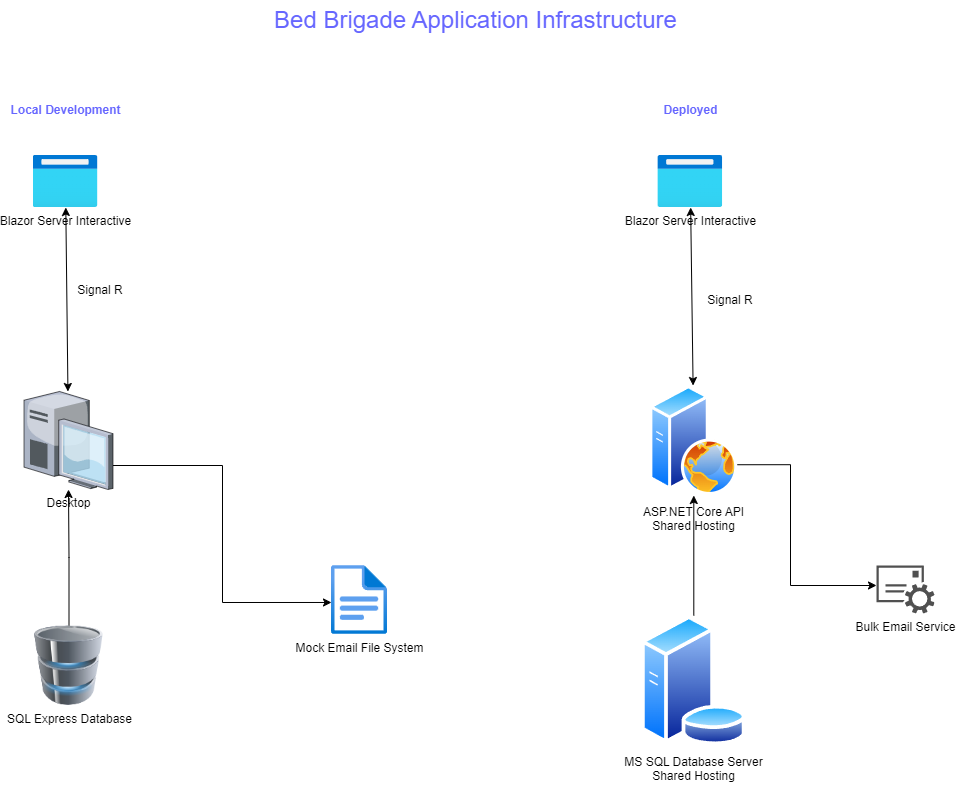
Earlier version of the draw.io export Documentation/Design/Application Infrastructure Diagram.png (GregFinzer/BedBrigadeNational). Source tidied: cells renumbered, new cells last; positions are measured from the earlier drawing's top-left corner, leaving out a move shared by most shapes.
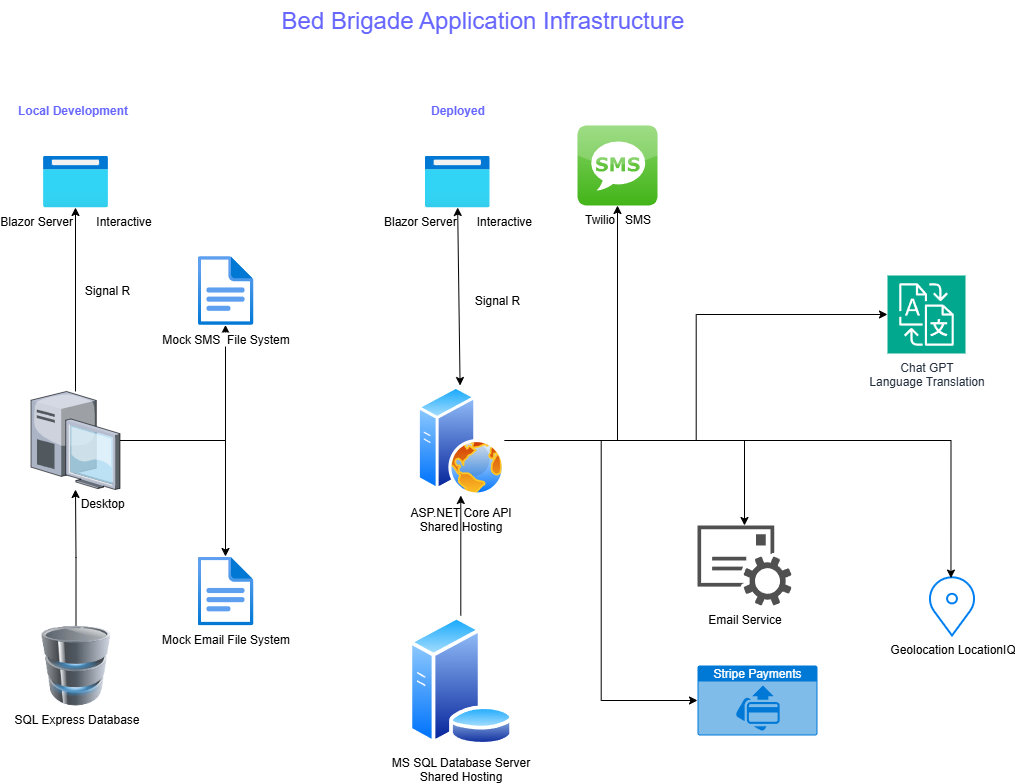
The same file after the commit.

Commit message:
Update Application Architecture Diagram, Application Infrastructure Diagram, EntityRelationshipDiagram, Information Architecture Diagram

What changed in the source:
```diff
@@ -2,72 +2,92 @@
   <root>
     <mxCell id="0" />
     <mxCell id="1" parent="0" />
-    <mxCell id="2" value="Blazor Server Interactive" style="html=1;points=[];align=center;image;fontSize=12;image=img/lib/azure2/general/Browser.svg;" parent="1" vertex="1">
-      <mxGeometry x="32.5" y="155" width="65" height="52" as="geometry" />
+    <mxCell id="2" value="Blazor Server&amp;nbsp; &amp;nbsp; &amp;nbsp; &amp;nbsp;Interactive" style="html=1;points=[];align=center;image;fontSize=12;image=img/lib/azure2/general/Browser.svg;" parent="1" vertex="1">
+      <mxGeometry x="35.5" y="155" width="65" height="52" as="geometry" />
     </mxCell>
-    <mxCell id="3" style="edgeStyle=orthogonalEdgeStyle;rounded=0;jettySize=auto;html=1;entryX=0;entryY=0.536;entryDx=0;entryDy=0;entryPerimeter=0;" parent="1" edge="1" source="16" target="15">
-      <mxGeometry relative="1" as="geometry">
-        <Array as="points">
-          <mxPoint x="222" y="465" />
-          <mxPoint x="222" y="602" />
-        </Array>
-      </mxGeometry>
-    </mxCell>
     <mxCell id="4" style="edgeStyle=orthogonalEdgeStyle;rounded=0;jettySize=auto;html=1;exitX=0.5;exitY=0;exitDx=0;exitDy=0;" parent="1" edge="1" source="5" target="16">
       <mxGeometry relative="1" as="geometry" />
     </mxCell>
     <mxCell id="5" value="SQL Express Database" style="image;html=1;image=img/lib/clip_art/computers/Database_128x128.png;" parent="1" vertex="1">
       <mxGeometry x="28.5" y="625" width="80" height="80" as="geometry" />
     </mxCell>
-    <mxCell id="6" value="Blazor Server Interactive" style="html=1;points=[];align=center;image;fontSize=12;image=img/lib/azure2/general/Browser.svg;" parent="1" vertex="1">
-      <mxGeometry x="657.3" y="155" width="65" height="52" as="geometry" />
+    <mxCell id="6" value="Blazor Server&amp;nbsp; &amp;nbsp; &amp;nbsp; Interactive" style="html=1;points=[];align=center;image;fontSize=12;image=img/lib/azure2/general/Browser.svg;" parent="1" vertex="1">
+      <mxGeometry x="417.3" y="155" width="65" height="52" as="geometry" />
     </mxCell>
-    <mxCell id="7" style="edgeStyle=orthogonalEdgeStyle;rounded=0;jettySize=auto;html=1;exitX=1;exitY=0.75;exitDx=0;exitDy=0;" parent="1" edge="1" source="8" target="14">
-      <mxGeometry relative="1" as="geometry">
-        <Array as="points">
-          <mxPoint x="790" y="464" />
-          <mxPoint x="790" y="585" />
-        </Array>
-      </mxGeometry>
+    <mxCell id="7" style="edgeStyle=orthogonalEdgeStyle;rounded=0;jettySize=auto;html=1;exitX=1;exitY=0.5;exitDx=0;exitDy=0;" parent="1" edge="1" source="8" target="14">
+      <mxGeometry relative="1" as="geometry" />
     </mxCell>
+    <mxCell id="21" style="edgeStyle=orthogonalEdgeStyle;rounded=0;jettySize=auto;html=1;exitX=1;exitY=0.5;exitDx=0;exitDy=0;entryX=0;entryY=0.5;entryDx=0;entryDy=0;entryPerimeter=0;" parent="1" edge="1" source="8" target="27">
+      <mxGeometry relative="1" as="geometry" />
+    </mxCell>
+    <mxCell id="22" style="edgeStyle=orthogonalEdgeStyle;rounded=0;jettySize=auto;html=1;exitX=1;exitY=0.5;exitDx=0;exitDy=0;" parent="1" edge="1" source="8" target="26">
+      <mxGeometry relative="1" as="geometry" />
+    </mxCell>
     <mxCell id="8" value="ASP.NET Core API&lt;br&gt;Shared Hosting" style="perimeter=ellipsePerimeter;html=1;align=center;shadow=0;dashed=0;spacingTop=3;image;image=img/lib/active_directory/web_server.svg;" parent="1" vertex="1">
-      <mxGeometry x="649.3" y="385" width="88" height="110" as="geometry" />
+      <mxGeometry x="409.3" y="385" width="88" height="110" as="geometry" />
     </mxCell>
     <mxCell id="9" style="edgeStyle=orthogonalEdgeStyle;rounded=0;jettySize=auto;html=1;exitX=0.5;exitY=0;exitDx=0;exitDy=0;" parent="1" edge="1" source="10" target="8">
       <mxGeometry relative="1" as="geometry" />
     </mxCell>
     <mxCell id="10" value="MS SQL Database Server&lt;br&gt;Shared Hosting" style="perimeter=ellipsePerimeter;html=1;align=center;shadow=0;dashed=0;spacingTop=3;image;image=img/lib/active_directory/database_server.svg;" parent="1" vertex="1">
-      <mxGeometry x="640" y="615" width="106.6" height="130" as="geometry" />
+      <mxGeometry x="400" y="615" width="106.6" height="130" as="geometry" />
     </mxCell>
     <mxCell id="11" value="Local Development" style="text;html=1;align=center;verticalAlign=middle;fillColor=none;strokeColor=none;rounded=0;fontStyle=1;fontColor=#6666FF;" parent="1" vertex="1">
       <mxGeometry y="95" width="130" height="30" as="geometry" />
     </mxCell>
     <mxCell id="12" value="Deployed" style="text;html=1;align=center;verticalAlign=middle;fillColor=none;strokeColor=none;rounded=0;fontStyle=1;fontColor=#6666FF;" parent="1" vertex="1">
-      <mxGeometry x="649.8" y="95" width="80" height="30" as="geometry" />
+      <mxGeometry x="409.8" y="95" width="80" height="30" as="geometry" />
     </mxCell>
     <mxCell id="13" value="&lt;font style=&quot;font-size: 24px;&quot;&gt;Bed Brigade Application Infrastructure&lt;/font&gt;" style="text;html=1;align=center;verticalAlign=middle;rounded=0;fontColor=#6666FF;" parent="1" vertex="1">
       <mxGeometry x="260" width="430" height="40" as="geometry" />
     </mxCell>
-    <mxCell id="14" value="Bulk Email Service" style="sketch=0;shadow=0;dashed=0;html=1;strokeColor=none;fillColor=#505050;labelPosition=center;verticalLabelPosition=bottom;verticalAlign=top;outlineConnect=0;align=center;shape=mxgraph.office.services.email_service;" parent="1" vertex="1">
-      <mxGeometry x="876" y="565" width="58" height="48" as="geometry" />
+    <mxCell id="14" value="Email Service" style="sketch=0;shadow=0;dashed=0;html=1;strokeColor=none;fillColor=#505050;labelPosition=center;verticalLabelPosition=bottom;verticalAlign=top;outlineConnect=0;align=center;shape=mxgraph.office.services.email_service;" parent="1" vertex="1">
+      <mxGeometry x="690" y="525" width="94" height="80" as="geometry" />
     </mxCell>
     <mxCell id="15" value="Mock Email File System" style="html=1;points=[];align=center;image;fontSize=12;image=img/lib/azure2/general/File.svg;" parent="1" vertex="1">
-      <mxGeometry x="331" y="565" width="56" height="69" as="geometry" />
+      <mxGeometry x="190" y="556" width="56" height="69" as="geometry" />
     </mxCell>
+    <mxCell id="23" style="edgeStyle=orthogonalEdgeStyle;rounded=0;jettySize=auto;html=1;" parent="1" edge="1" source="16" target="25">
+      <mxGeometry relative="1" as="geometry" />
+    </mxCell>
+    <mxCell id="24" style="edgeStyle=orthogonalEdgeStyle;rounded=0;jettySize=auto;html=1;" parent="1" edge="1" source="16" target="2">
+      <mxGeometry relative="1" as="geometry" />
+    </mxCell>
+    <mxCell id="3" style="edgeStyle=orthogonalEdgeStyle;rounded=0;jettySize=auto;html=1;" parent="1" edge="1" source="16" target="15">
+      <mxGeometry relative="1" as="geometry" />
+    </mxCell>
-    <mxCell id="16" value="Desktop" style="verticalLabelPosition=bottom;sketch=0;html=1;verticalAlign=top;strokeColor=none;align=center;outlineConnect=0;shape=mxgraph.citrix.desktop;" parent="1" vertex="1">
+    <mxCell id="16" value="&amp;nbsp; &amp;nbsp; &amp;nbsp; &amp;nbsp; &amp;nbsp; &amp;nbsp; &amp;nbsp; &amp;nbsp; Desktop" style="verticalLabelPosition=bottom;sketch=0;html=1;verticalAlign=top;strokeColor=none;align=center;outlineConnect=0;shape=mxgraph.citrix.desktop;" parent="1" vertex="1">
       <mxGeometry x="23.5" y="391" width="89" height="98" as="geometry" />
     </mxCell>
-    <mxCell id="17" style="endArrow=classic;startArrow=classic;html=1;rounded=0;" parent="1" edge="1" source="2" target="16">
-      <mxGeometry relative="1" as="geometry" />
-    </mxCell>
     <mxCell id="18" value="Signal R" style="text;html=1;strokeColor=none;fillColor=none;align=center;verticalAlign=middle;whiteSpace=wrap;rounded=0;" parent="1" vertex="1">
       <mxGeometry x="70" y="275" width="60" height="30" as="geometry" />
     </mxCell>
     <mxCell id="19" value="Signal R" style="text;html=1;strokeColor=none;fillColor=none;align=center;verticalAlign=middle;whiteSpace=wrap;rounded=0;" parent="1" vertex="1">
-      <mxGeometry x="700" y="285" width="60" height="30" as="geometry" />
+      <mxGeometry x="460" y="285" width="60" height="30" as="geometry" />
     </mxCell>
     <mxCell id="20" style="endArrow=classic;startArrow=classic;html=1;rounded=0;" parent="1" edge="1" source="8" target="6">
       <mxGeometry relative="1" as="geometry" />
     </mxCell>
+    <mxCell id="25" value="Mock SMS&amp;nbsp; File System" style="html=1;points=[];align=center;image;fontSize=12;image=img/lib/azure2/general/File.svg;" parent="1" vertex="1">
+      <mxGeometry x="190" y="255.5" width="56" height="69" as="geometry" />
+    </mxCell>
+    <mxCell id="26" value="Twilio&amp;nbsp; &amp;nbsp;SMS" style="dashed=0;outlineConnect=0;html=1;align=center;labelPosition=center;verticalLabelPosition=bottom;verticalAlign=top;shape=mxgraph.webicons.sms;fillColor=#86D466;gradientColor=#42B418;" parent="1" vertex="1">
+      <mxGeometry x="570" y="125" width="80" height="80" as="geometry" />
+    </mxCell>
+    <mxCell id="27" value="Chat GPT&lt;br&gt;Language Translation" style="sketch=0;points=[[0,0,0],[0.25,0,0],[0.5,0,0],[0.75,0,0],[1,0,0],[0,1,0],[0.25,1,0],[0.5,1,0],[0.75,1,0],[1,1,0],[0,0.25,0],[0,0.5,0],[0,0.75,0],[1,0.25,0],[1,0.5,0],[1,0.75,0]];outlineConnect=0;fontColor=#232F3E;fillColor=#01A88D;strokeColor=#ffffff;dashed=0;verticalLabelPosition=bottom;verticalAlign=top;align=center;html=1;fontSize=12;fontStyle=0;shape=mxgraph.aws4.resourceIcon;resIcon=mxgraph.aws4.translate;" parent="1" vertex="1">
+      <mxGeometry x="880" y="275" width="78" height="78" as="geometry" />
+    </mxCell>
+    <mxCell id="28" value="Geolocation LocationIQ" style="html=1;verticalLabelPosition=bottom;align=center;labelBackgroundColor=#ffffff;verticalAlign=top;strokeWidth=2;strokeColor=#0080F0;shadow=0;dashed=0;shape=mxgraph.ios7.icons.location;" parent="1" vertex="1">
+      <mxGeometry x="920" y="575" width="49" height="60" as="geometry" />
+    </mxCell>
+    <mxCell id="29" value="Stripe Payments" style="html=1;whiteSpace=wrap;strokeColor=none;fillColor=#0079D6;labelPosition=center;verticalLabelPosition=middle;verticalAlign=top;align=center;fontSize=12;outlineConnect=0;spacingTop=-6;fontColor=#FFFFFF;sketch=0;shape=mxgraph.sitemap.payment;" parent="1" vertex="1">
+      <mxGeometry x="690" y="665" width="120" height="70" as="geometry" />
+    </mxCell>
+    <mxCell id="30" style="edgeStyle=orthogonalEdgeStyle;rounded=0;jettySize=auto;html=1;entryX=0;entryY=0.5;entryDx=0;entryDy=0;entryPerimeter=0;" parent="1" edge="1" source="8" target="29">
+      <mxGeometry relative="1" as="geometry" />
+    </mxCell>
+    <mxCell id="31" style="edgeStyle=orthogonalEdgeStyle;rounded=0;jettySize=auto;html=1;exitX=1;exitY=0.5;exitDx=0;exitDy=0;entryX=0.479;entryY=0.043;entryDx=0;entryDy=0;entryPerimeter=0;" parent="1" edge="1" source="8" target="28">
+      <mxGeometry relative="1" as="geometry" />
+    </mxCell>
   </root>
 </mxGraphModel>
```
